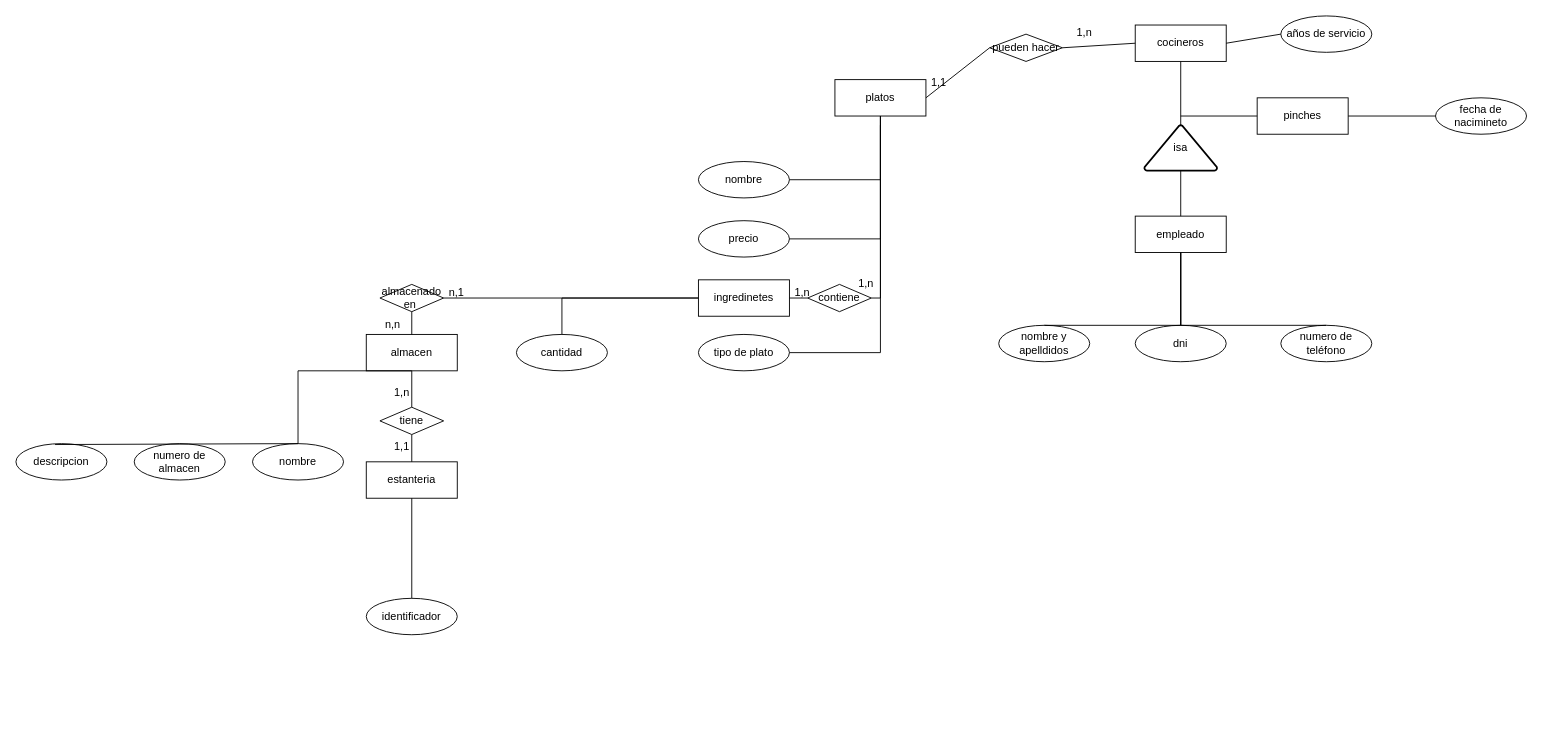
This is ejercicio 9.drawio from oscex/BBDD, a draw.io file, before an edit. Source tidied: cells renumbered, new cells numbered last; positions are measured from the earlier drawing's top-left corner, leaving out a move shared by most shapes. Both pictures are drawn from the tidied source at 91%, with x=0, y=0 at pixel (15, 15).
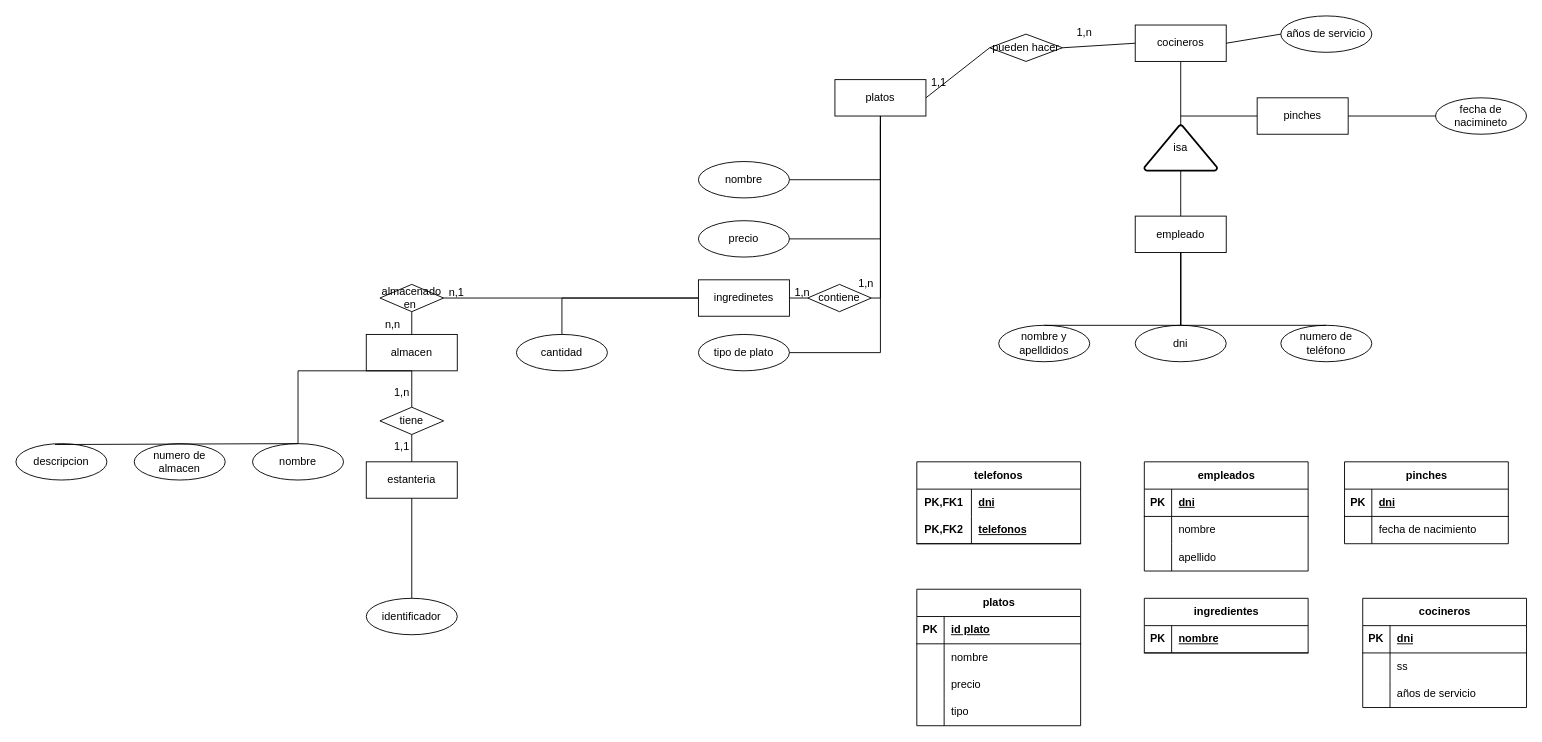
The same page after the edit.

The edit, as a diff of the source:
```diff
@@
+    <mxCell id="56" value="empleados" style="shape=table;startSize=30;childLayout=tableLayout;rowLines=0;fontStyle=1;align=center;html=1;" parent="1" vertex="1">
+      <mxGeometry x="1240" y="490" width="180" height="120" as="geometry" />
+    </mxCell>
+    <mxCell id="57" style="shape=tableRow;horizontal=0;startSize=0;swimlaneHead=0;swimlaneBody=0;fillColor=none;top=0;left=0;right=0;bottom=1;" parent="56" vertex="1">
+      <mxGeometry y="30" width="180" height="30" as="geometry" />
+    </mxCell>
+    <mxCell id="58" value="PK" style="shape=partialRectangle;fillColor=none;top=0;left=0;bottom=0;right=0;fontStyle=1;overflow=hidden;whiteSpace=wrap;html=1;" parent="57" vertex="1">
+      <mxGeometry width="30" height="30" as="geometry" />
+    </mxCell>
+    <mxCell id="59" value="dni" style="shape=partialRectangle;fillColor=none;top=0;left=0;bottom=0;right=0;align=left;spacingLeft=6;fontStyle=5;overflow=hidden;whiteSpace=wrap;html=1;" parent="57" vertex="1">
+      <mxGeometry x="30" width="150" height="30" as="geometry" />
+    </mxCell>
+    <mxCell id="60" style="shape=tableRow;horizontal=0;startSize=0;swimlaneHead=0;swimlaneBody=0;fillColor=none;top=0;left=0;right=0;bottom=0;" parent="56" vertex="1">
+      <mxGeometry y="60" width="180" height="30" as="geometry" />
+    </mxCell>
+    <mxCell id="61" style="shape=partialRectangle;fillColor=none;top=0;left=0;bottom=0;right=0;overflow=hidden;whiteSpace=wrap;html=1;" parent="60" vertex="1">
+      <mxGeometry width="30" height="30" as="geometry" />
+    </mxCell>
+    <mxCell id="62" value="nombre" style="shape=partialRectangle;fillColor=none;top=0;left=0;bottom=0;right=0;align=left;spacingLeft=6;overflow=hidden;whiteSpace=wrap;html=1;" parent="60" vertex="1">
+      <mxGeometry x="30" width="150" height="30" as="geometry" />
+    </mxCell>
+    <mxCell id="63" style="shape=tableRow;horizontal=0;startSize=0;swimlaneHead=0;swimlaneBody=0;fillColor=none;top=0;left=0;right=0;bottom=0;" parent="56" vertex="1">
+      <mxGeometry y="90" width="180" height="30" as="geometry" />
+    </mxCell>
+    <mxCell id="64" style="shape=partialRectangle;fillColor=none;top=0;left=0;bottom=0;right=0;overflow=hidden;whiteSpace=wrap;html=1;" parent="63" vertex="1">
+      <mxGeometry width="30" height="30" as="geometry" />
+    </mxCell>
+    <mxCell id="65" value="apellido" style="shape=partialRectangle;fillColor=none;top=0;left=0;bottom=0;right=0;align=left;spacingLeft=6;overflow=hidden;whiteSpace=wrap;html=1;" parent="63" vertex="1">
+      <mxGeometry x="30" width="150" height="30" as="geometry" />
+    </mxCell>
+    <mxCell id="66" value="telefonos" style="shape=table;startSize=30;childLayout=tableLayout;rowLines=0;fontStyle=1;align=center;html=1;whiteSpace=wrap;" parent="1" vertex="1">
+      <mxGeometry x="990" y="490" width="180" height="90" as="geometry" />
+    </mxCell>
+    <mxCell id="67" style="shape=tableRow;horizontal=0;startSize=0;swimlaneHead=0;swimlaneBody=0;fillColor=none;top=0;left=0;right=0;bottom=0;html=1;" parent="66" vertex="1">
+      <mxGeometry y="30" width="180" height="30" as="geometry" />
+    </mxCell>
+    <mxCell id="68" value="PK,FK1" style="shape=partialRectangle;fillColor=none;top=0;left=0;bottom=0;right=0;fontStyle=1;overflow=hidden;html=1;whiteSpace=wrap;" parent="67" vertex="1">
+      <mxGeometry width="60" height="30" as="geometry" />
+    </mxCell>
+    <mxCell id="69" value="dni" style="shape=partialRectangle;fillColor=none;top=0;left=0;bottom=0;right=0;align=left;spacingLeft=6;fontStyle=5;overflow=hidden;html=1;whiteSpace=wrap;" parent="67" vertex="1">
+      <mxGeometry x="60" width="120" height="30" as="geometry" />
+    </mxCell>
+    <mxCell id="70" style="shape=tableRow;horizontal=0;startSize=0;swimlaneHead=0;swimlaneBody=0;fillColor=none;top=0;left=0;right=0;bottom=1;html=1;" parent="66" vertex="1">
+      <mxGeometry y="60" width="180" height="30" as="geometry" />
+    </mxCell>
+    <mxCell id="71" value="PK,FK2" style="shape=partialRectangle;fillColor=none;top=0;left=0;bottom=0;right=0;fontStyle=1;overflow=hidden;html=1;whiteSpace=wrap;" parent="70" vertex="1">
+      <mxGeometry width="60" height="30" as="geometry" />
+    </mxCell>
+    <mxCell id="72" value="telefonos" style="shape=partialRectangle;fillColor=none;top=0;left=0;bottom=0;right=0;align=left;spacingLeft=6;fontStyle=5;overflow=hidden;html=1;whiteSpace=wrap;" parent="70" vertex="1">
+      <mxGeometry x="60" width="120" height="30" as="geometry" />
+    </mxCell>
+    <mxCell id="73" value="pinches" style="shape=table;startSize=30;childLayout=tableLayout;rowLines=0;fontStyle=1;align=center;html=1;" parent="1" vertex="1">
+      <mxGeometry x="1460" y="490" width="180" height="90" as="geometry" />
+    </mxCell>
+    <mxCell id="74" style="shape=tableRow;horizontal=0;startSize=0;swimlaneHead=0;swimlaneBody=0;fillColor=none;top=0;left=0;right=0;bottom=1;" parent="73" vertex="1">
+      <mxGeometry y="30" width="180" height="30" as="geometry" />
+    </mxCell>
+    <mxCell id="75" value="PK" style="shape=partialRectangle;fillColor=none;top=0;left=0;bottom=0;right=0;fontStyle=1;overflow=hidden;whiteSpace=wrap;html=1;" parent="74" vertex="1">
+      <mxGeometry width="30" height="30" as="geometry" />
+    </mxCell>
+    <mxCell id="76" value="dni" style="shape=partialRectangle;fillColor=none;top=0;left=0;bottom=0;right=0;align=left;spacingLeft=6;fontStyle=5;overflow=hidden;whiteSpace=wrap;html=1;" parent="74" vertex="1">
+      <mxGeometry x="30" width="150" height="30" as="geometry" />
+    </mxCell>
+    <mxCell id="77" style="shape=tableRow;horizontal=0;startSize=0;swimlaneHead=0;swimlaneBody=0;fillColor=none;top=0;left=0;right=0;bottom=0;" parent="73" vertex="1">
+      <mxGeometry y="60" width="180" height="30" as="geometry" />
+    </mxCell>
+    <mxCell id="78" style="shape=partialRectangle;fillColor=none;top=0;left=0;bottom=0;right=0;overflow=hidden;whiteSpace=wrap;html=1;" parent="77" vertex="1">
+      <mxGeometry width="30" height="30" as="geometry" />
+    </mxCell>
+    <mxCell id="79" value="fecha de nacimiento" style="shape=partialRectangle;fillColor=none;top=0;left=0;bottom=0;right=0;align=left;spacingLeft=6;overflow=hidden;whiteSpace=wrap;html=1;" parent="77" vertex="1">
+      <mxGeometry x="30" width="150" height="30" as="geometry" />
+    </mxCell>
+    <mxCell id="80" value="platos" style="shape=table;startSize=30;childLayout=tableLayout;rowLines=0;fontStyle=1;align=center;html=1;" parent="1" vertex="1">
+      <mxGeometry x="990" y="630" width="180" height="150" as="geometry" />
+    </mxCell>
+    <mxCell id="81" style="shape=tableRow;horizontal=0;startSize=0;swimlaneHead=0;swimlaneBody=0;fillColor=none;top=0;left=0;right=0;bottom=1;" parent="80" vertex="1">
+      <mxGeometry y="30" width="180" height="30" as="geometry" />
+    </mxCell>
+    <mxCell id="82" value="PK" style="shape=partialRectangle;fillColor=none;top=0;left=0;bottom=0;right=0;fontStyle=1;overflow=hidden;whiteSpace=wrap;html=1;" parent="81" vertex="1">
+      <mxGeometry width="30" height="30" as="geometry" />
+    </mxCell>
+    <mxCell id="83" value="id plato" style="shape=partialRectangle;fillColor=none;top=0;left=0;bottom=0;right=0;align=left;spacingLeft=6;fontStyle=5;overflow=hidden;whiteSpace=wrap;html=1;" parent="81" vertex="1">
+      <mxGeometry x="30" width="150" height="30" as="geometry" />
+    </mxCell>
+    <mxCell id="84" style="shape=tableRow;horizontal=0;startSize=0;swimlaneHead=0;swimlaneBody=0;fillColor=none;top=0;left=0;right=0;bottom=0;" parent="80" vertex="1">
+      <mxGeometry y="60" width="180" height="30" as="geometry" />
+    </mxCell>
+    <mxCell id="85" style="shape=partialRectangle;fillColor=none;top=0;left=0;bottom=0;right=0;overflow=hidden;whiteSpace=wrap;html=1;" parent="84" vertex="1">
+      <mxGeometry width="30" height="30" as="geometry" />
+    </mxCell>
+    <mxCell id="86" value="nombre" style="shape=partialRectangle;fillColor=none;top=0;left=0;bottom=0;right=0;align=left;spacingLeft=6;overflow=hidden;whiteSpace=wrap;html=1;" parent="84" vertex="1">
+      <mxGeometry x="30" width="150" height="30" as="geometry" />
+    </mxCell>
+    <mxCell id="87" style="shape=tableRow;horizontal=0;startSize=0;swimlaneHead=0;swimlaneBody=0;fillColor=none;top=0;left=0;right=0;bottom=0;" parent="80" vertex="1">
+      <mxGeometry y="90" width="180" height="30" as="geometry" />
+    </mxCell>
+    <mxCell id="88" style="shape=partialRectangle;fillColor=none;top=0;left=0;bottom=0;right=0;overflow=hidden;whiteSpace=wrap;html=1;" parent="87" vertex="1">
+      <mxGeometry width="30" height="30" as="geometry" />
+    </mxCell>
+    <mxCell id="89" value="precio" style="shape=partialRectangle;fillColor=none;top=0;left=0;bottom=0;right=0;align=left;spacingLeft=6;overflow=hidden;whiteSpace=wrap;html=1;" parent="87" vertex="1">
+      <mxGeometry x="30" width="150" height="30" as="geometry" />
+    </mxCell>
+    <mxCell id="90" style="shape=tableRow;horizontal=0;startSize=0;swimlaneHead=0;swimlaneBody=0;fillColor=none;top=0;left=0;right=0;bottom=0;" parent="80" vertex="1">
+      <mxGeometry y="120" width="180" height="30" as="geometry" />
+    </mxCell>
+    <mxCell id="91" style="shape=partialRectangle;fillColor=none;top=0;left=0;bottom=0;right=0;overflow=hidden;whiteSpace=wrap;html=1;" parent="90" vertex="1">
+      <mxGeometry width="30" height="30" as="geometry" />
+    </mxCell>
+    <mxCell id="92" value="tipo" style="shape=partialRectangle;fillColor=none;top=0;left=0;bottom=0;right=0;align=left;spacingLeft=6;overflow=hidden;whiteSpace=wrap;html=1;" parent="90" vertex="1">
+      <mxGeometry x="30" width="150" height="30" as="geometry" />
+    </mxCell>
+    <mxCell id="93" value="ingredientes" style="shape=table;startSize=30;childLayout=tableLayout;rowLines=0;fontStyle=1;align=center;html=1;" parent="1" vertex="1">
+      <mxGeometry x="1240" y="640" width="180" height="60" as="geometry" />
+    </mxCell>
+    <mxCell id="94" style="shape=tableRow;horizontal=0;startSize=0;swimlaneHead=0;swimlaneBody=0;fillColor=none;top=0;left=0;right=0;bottom=1;" parent="93" vertex="1">
+      <mxGeometry y="30" width="180" height="30" as="geometry" />
+    </mxCell>
+    <mxCell id="95" value="PK" style="shape=partialRectangle;fillColor=none;top=0;left=0;bottom=0;right=0;fontStyle=1;overflow=hidden;whiteSpace=wrap;html=1;" parent="94" vertex="1">
+      <mxGeometry width="30" height="30" as="geometry" />
+    </mxCell>
+    <mxCell id="96" value="nombre" style="shape=partialRectangle;fillColor=none;top=0;left=0;bottom=0;right=0;align=left;spacingLeft=6;fontStyle=5;overflow=hidden;whiteSpace=wrap;html=1;" parent="94" vertex="1">
+      <mxGeometry x="30" width="150" height="30" as="geometry" />
+    </mxCell>
+    <mxCell id="97" value="cocineros" style="shape=table;startSize=30;childLayout=tableLayout;rowLines=0;fontStyle=1;align=center;html=1;" parent="1" vertex="1">
+      <mxGeometry x="1480" y="640" width="180" height="120" as="geometry" />
+    </mxCell>
+    <mxCell id="98" style="shape=tableRow;horizontal=0;startSize=0;swimlaneHead=0;swimlaneBody=0;fillColor=none;top=0;left=0;right=0;bottom=1;" parent="97" vertex="1">
+      <mxGeometry y="30" width="180" height="30" as="geometry" />
+    </mxCell>
+    <mxCell id="99" value="PK" style="shape=partialRectangle;fillColor=none;top=0;left=0;bottom=0;right=0;fontStyle=1;overflow=hidden;whiteSpace=wrap;html=1;" parent="98" vertex="1">
+      <mxGeometry width="30" height="30" as="geometry" />
+    </mxCell>
+    <mxCell id="100" value="dni" style="shape=partialRectangle;fillColor=none;top=0;left=0;bottom=0;right=0;align=left;spacingLeft=6;fontStyle=5;overflow=hidden;whiteSpace=wrap;html=1;" parent="98" vertex="1">
+      <mxGeometry x="30" width="150" height="30" as="geometry" />
+    </mxCell>
+    <mxCell id="101" style="shape=tableRow;horizontal=0;startSize=0;swimlaneHead=0;swimlaneBody=0;fillColor=none;top=0;left=0;right=0;bottom=0;" parent="97" vertex="1">
+      <mxGeometry y="60" width="180" height="30" as="geometry" />
+    </mxCell>
+    <mxCell id="102" style="shape=partialRectangle;fillColor=none;top=0;left=0;bottom=0;right=0;overflow=hidden;whiteSpace=wrap;html=1;" parent="101" vertex="1">
+      <mxGeometry width="30" height="30" as="geometry" />
+    </mxCell>
+    <mxCell id="103" value="ss" style="shape=partialRectangle;fillColor=none;top=0;left=0;bottom=0;right=0;align=left;spacingLeft=6;overflow=hidden;whiteSpace=wrap;html=1;" parent="101" vertex="1">
+      <mxGeometry x="30" width="150" height="30" as="geometry" />
+    </mxCell>
+    <mxCell id="104" style="shape=tableRow;horizontal=0;startSize=0;swimlaneHead=0;swimlaneBody=0;fillColor=none;top=0;left=0;right=0;bottom=0;" parent="97" vertex="1">
+      <mxGeometry y="90" width="180" height="30" as="geometry" />
+    </mxCell>
+    <mxCell id="105" style="shape=partialRectangle;fillColor=none;top=0;left=0;bottom=0;right=0;overflow=hidden;whiteSpace=wrap;html=1;" parent="104" vertex="1">
+      <mxGeometry width="30" height="30" as="geometry" />
+    </mxCell>
+    <mxCell id="106" value="años de servicio" style="shape=partialRectangle;fillColor=none;top=0;left=0;bottom=0;right=0;align=left;spacingLeft=6;overflow=hidden;whiteSpace=wrap;html=1;" parent="104" vertex="1">
+      <mxGeometry x="30" width="150" height="30" as="geometry" />
+    </mxCell>
```
